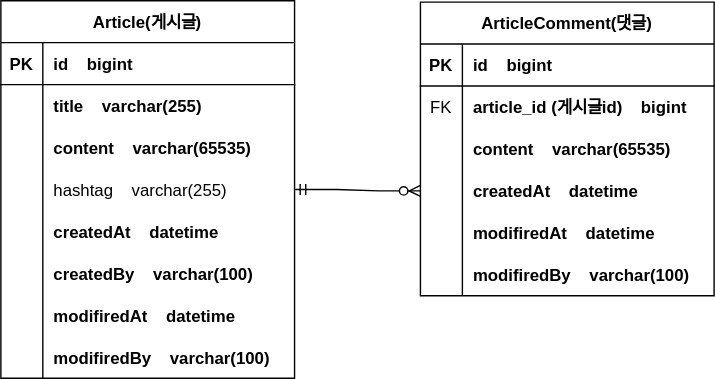
The draw.io diagram document/board_erd.drawio.svg in MJ0501/board, before a commit. Source tidied: cells renumbered, new cells last; positions are measured from the earlier drawing's top-left corner, leaving out a move shared by most shapes. The source it was exported from:
```xml
<mxGraphModel>
  <root>
    <mxCell id="0" />
    <mxCell id="1" parent="0" />
    <mxCell id="2" value="Article(게시글)" style="shape=table;startSize=30;rowLines=0;fontStyle=1;align=center;" parent="1" vertex="1">
      <mxGeometry width="210" height="270" as="geometry" />
    </mxCell>
    <mxCell id="3" style="shape=partialRectangle;fillColor=none;top=0;left=0;right=0;bottom=1;" parent="2" vertex="1">
      <mxGeometry y="30" width="210" height="30" as="geometry" />
    </mxCell>
    <mxCell id="4" value="PK" style="shape=partialRectangle;overflow=hidden;fillColor=none;top=0;left=0;bottom=0;right=0;fontStyle=1;" parent="3" vertex="1">
      <mxGeometry width="30" height="30" as="geometry" />
    </mxCell>
    <mxCell id="5" value="id    bigint" style="shape=partialRectangle;overflow=hidden;fillColor=none;top=0;left=0;bottom=0;right=0;align=left;spacingLeft=6;fontStyle=1;" parent="3" vertex="1">
      <mxGeometry x="30" width="180" height="30" as="geometry" />
    </mxCell>
    <mxCell id="6" style="shape=partialRectangle;fillColor=none;top=0;left=0;right=0;bottom=0;" parent="2" vertex="1">
      <mxGeometry y="60" width="210" height="30" as="geometry" />
    </mxCell>
    <mxCell id="7" style="shape=partialRectangle;overflow=hidden;fillColor=none;top=0;left=0;bottom=0;right=0;" parent="6" vertex="1">
      <mxGeometry width="30" height="30" as="geometry" />
    </mxCell>
    <mxCell id="8" value="title    varchar(255)" style="shape=partialRectangle;overflow=hidden;fillColor=none;top=0;left=0;bottom=0;right=0;align=left;spacingLeft=6;fontStyle=1;" parent="6" vertex="1">
      <mxGeometry x="30" width="180" height="30" as="geometry" />
    </mxCell>
    <mxCell id="9" style="shape=partialRectangle;fillColor=none;top=0;left=0;right=0;bottom=0;" parent="2" vertex="1">
      <mxGeometry y="90" width="210" height="30" as="geometry" />
    </mxCell>
    <mxCell id="10" style="shape=partialRectangle;overflow=hidden;fillColor=none;top=0;left=0;bottom=0;right=0;" parent="9" vertex="1">
      <mxGeometry width="30" height="30" as="geometry" />
    </mxCell>
    <mxCell id="11" value="content    varchar(65535)" style="shape=partialRectangle;overflow=hidden;fillColor=none;top=0;left=0;bottom=0;right=0;align=left;spacingLeft=6;fontStyle=1;" parent="9" vertex="1">
      <mxGeometry x="30" width="180" height="30" as="geometry" />
    </mxCell>
    <mxCell id="12" style="shape=partialRectangle;fillColor=none;points=[[0,0.5],[1,0.5]];portConstraint=eastwest;top=0;left=0;right=0;bottom=0;" parent="2" vertex="1">
      <mxGeometry y="120" width="210" height="30" as="geometry" />
    </mxCell>
    <mxCell id="13" style="shape=partialRectangle;overflow=hidden;fillColor=none;top=0;left=0;bottom=0;right=0;" parent="12" vertex="1">
      <mxGeometry width="30" height="30" as="geometry" />
    </mxCell>
    <mxCell id="14" value="hashtag    varchar(255)" style="shape=partialRectangle;overflow=hidden;fillColor=none;top=0;left=0;bottom=0;right=0;align=left;spacingLeft=6;" parent="12" vertex="1">
      <mxGeometry x="30" width="180" height="30" as="geometry" />
    </mxCell>
    <mxCell id="15" style="shape=partialRectangle;fillColor=none;top=0;left=0;right=0;bottom=0;" parent="2" vertex="1">
      <mxGeometry y="150" width="210" height="30" as="geometry" />
    </mxCell>
    <mxCell id="16" style="shape=partialRectangle;overflow=hidden;fillColor=none;top=0;left=0;bottom=0;right=0;" parent="15" vertex="1">
      <mxGeometry width="30" height="30" as="geometry" />
    </mxCell>
    <mxCell id="17" value="createdAt    datetime" style="shape=partialRectangle;overflow=hidden;fillColor=none;top=0;left=0;bottom=0;right=0;align=left;spacingLeft=6;fontStyle=1;" parent="15" vertex="1">
      <mxGeometry x="30" width="180" height="30" as="geometry" />
    </mxCell>
    <mxCell id="18" style="shape=partialRectangle;fillColor=none;top=0;left=0;right=0;bottom=0;" parent="2" vertex="1">
      <mxGeometry y="180" width="210" height="30" as="geometry" />
    </mxCell>
    <mxCell id="19" style="shape=partialRectangle;overflow=hidden;fillColor=none;top=0;left=0;bottom=0;right=0;" parent="18" vertex="1">
      <mxGeometry width="30" height="30" as="geometry" />
    </mxCell>
    <mxCell id="20" value="createdBy    varchar(100)" style="shape=partialRectangle;overflow=hidden;fillColor=none;top=0;left=0;bottom=0;right=0;align=left;spacingLeft=6;fontStyle=1;" parent="18" vertex="1">
      <mxGeometry x="30" width="180" height="30" as="geometry" />
    </mxCell>
    <mxCell id="21" style="shape=partialRectangle;fillColor=none;top=0;left=0;right=0;bottom=0;" parent="2" vertex="1">
      <mxGeometry y="210" width="210" height="30" as="geometry" />
    </mxCell>
    <mxCell id="22" style="shape=partialRectangle;overflow=hidden;fillColor=none;top=0;left=0;bottom=0;right=0;" parent="21" vertex="1">
      <mxGeometry width="30" height="30" as="geometry" />
    </mxCell>
    <mxCell id="23" value="modifiredAt    datetime" style="shape=partialRectangle;overflow=hidden;fillColor=none;top=0;left=0;bottom=0;right=0;align=left;spacingLeft=6;fontStyle=1;" parent="21" vertex="1">
      <mxGeometry x="30" width="180" height="30" as="geometry" />
    </mxCell>
    <mxCell id="24" style="shape=partialRectangle;fillColor=none;top=0;left=0;right=0;bottom=0;" parent="2" vertex="1">
      <mxGeometry y="240" width="210" height="30" as="geometry" />
    </mxCell>
    <mxCell id="25" style="shape=partialRectangle;overflow=hidden;fillColor=none;top=0;left=0;bottom=0;right=0;" parent="24" vertex="1">
      <mxGeometry width="30" height="30" as="geometry" />
    </mxCell>
    <mxCell id="26" value="modifiredBy    varchar(100)" style="shape=partialRectangle;overflow=hidden;fillColor=none;top=0;left=0;bottom=0;right=0;align=left;spacingLeft=6;fontStyle=1;" parent="24" vertex="1">
      <mxGeometry x="30" width="180" height="30" as="geometry" />
    </mxCell>
    <mxCell id="27" value="ArticleComment(댓글)" style="shape=table;startSize=30;rowLines=0;fontStyle=1;align=center;" parent="1" vertex="1">
      <mxGeometry x="300" y="1" width="210" height="210" as="geometry" />
    </mxCell>
    <mxCell id="28" style="shape=partialRectangle;fillColor=none;top=0;left=0;right=0;bottom=1;" parent="27" vertex="1">
      <mxGeometry y="30" width="210" height="30" as="geometry" />
    </mxCell>
    <mxCell id="29" value="PK" style="shape=partialRectangle;overflow=hidden;fillColor=none;top=0;left=0;bottom=0;right=0;fontStyle=1;" parent="28" vertex="1">
      <mxGeometry width="30" height="30" as="geometry" />
    </mxCell>
    <mxCell id="30" value="id    bigint" style="shape=partialRectangle;overflow=hidden;fillColor=none;top=0;left=0;bottom=0;right=0;align=left;spacingLeft=6;fontStyle=1;" parent="28" vertex="1">
      <mxGeometry x="30" width="180" height="30" as="geometry" />
    </mxCell>
    <mxCell id="31" style="shape=partialRectangle;fillColor=none;top=0;left=0;right=0;bottom=0;" parent="27" vertex="1">
      <mxGeometry y="60" width="210" height="30" as="geometry" />
    </mxCell>
    <mxCell id="32" value="FK" style="shape=partialRectangle;overflow=hidden;fillColor=none;top=0;left=0;bottom=0;right=0;" parent="31" vertex="1">
      <mxGeometry width="30" height="30" as="geometry" />
    </mxCell>
    <mxCell id="33" value="article_id (게시글id)    bigint" style="shape=partialRectangle;overflow=hidden;fillColor=none;top=0;left=0;bottom=0;right=0;align=left;spacingLeft=6;fontStyle=1;" parent="31" vertex="1">
      <mxGeometry x="30" width="180" height="30" as="geometry" />
    </mxCell>
    <mxCell id="34" style="shape=partialRectangle;fillColor=none;top=0;left=0;right=0;bottom=0;" parent="27" vertex="1">
      <mxGeometry y="90" width="210" height="30" as="geometry" />
    </mxCell>
    <mxCell id="35" style="shape=partialRectangle;overflow=hidden;fillColor=none;top=0;left=0;bottom=0;right=0;" parent="34" vertex="1">
      <mxGeometry width="30" height="30" as="geometry" />
    </mxCell>
    <mxCell id="36" value="content    varchar(65535)" style="shape=partialRectangle;overflow=hidden;fillColor=none;top=0;left=0;bottom=0;right=0;align=left;spacingLeft=6;fontStyle=1;" parent="34" vertex="1">
      <mxGeometry x="30" width="180" height="30" as="geometry" />
    </mxCell>
    <mxCell id="37" style="shape=partialRectangle;fillColor=none;points=[[0,0.5],[1,0.5]];portConstraint=eastwest;top=0;left=0;right=0;bottom=0;" parent="27" vertex="1">
      <mxGeometry y="120" width="210" height="30" as="geometry" />
    </mxCell>
    <mxCell id="38" style="shape=partialRectangle;overflow=hidden;fillColor=none;top=0;left=0;bottom=0;right=0;" parent="37" vertex="1">
      <mxGeometry width="30" height="30" as="geometry" />
    </mxCell>
    <mxCell id="39" value="createdAt    datetime" style="shape=partialRectangle;overflow=hidden;fillColor=none;top=0;left=0;bottom=0;right=0;align=left;spacingLeft=6;fontStyle=1;" parent="37" vertex="1">
      <mxGeometry x="30" width="180" height="30" as="geometry" />
    </mxCell>
    <mxCell id="40" style="shape=partialRectangle;fillColor=none;top=0;left=0;right=0;bottom=0;" parent="27" vertex="1">
      <mxGeometry y="150" width="210" height="30" as="geometry" />
    </mxCell>
    <mxCell id="41" style="shape=partialRectangle;overflow=hidden;fillColor=none;top=0;left=0;bottom=0;right=0;" parent="40" vertex="1">
      <mxGeometry width="30" height="30" as="geometry" />
    </mxCell>
    <mxCell id="42" value="modifiredAt    datetime" style="shape=partialRectangle;overflow=hidden;fillColor=none;top=0;left=0;bottom=0;right=0;align=left;spacingLeft=6;fontStyle=1;" parent="40" vertex="1">
      <mxGeometry x="30" width="180" height="30" as="geometry" />
    </mxCell>
    <mxCell id="43" style="shape=partialRectangle;fillColor=none;top=0;left=0;right=0;bottom=0;" parent="27" vertex="1">
      <mxGeometry y="180" width="210" height="30" as="geometry" />
    </mxCell>
    <mxCell id="44" style="shape=partialRectangle;overflow=hidden;fillColor=none;top=0;left=0;bottom=0;right=0;" parent="43" vertex="1">
      <mxGeometry width="30" height="30" as="geometry" />
    </mxCell>
    <mxCell id="45" value="modifiredBy    varchar(100)" style="shape=partialRectangle;overflow=hidden;fillColor=none;top=0;left=0;bottom=0;right=0;align=left;spacingLeft=6;fontStyle=1;" parent="43" vertex="1">
      <mxGeometry x="30" width="180" height="30" as="geometry" />
    </mxCell>
    <mxCell id="46" style="edgeStyle=entityRelationEdgeStyle;fontSize=12;html=1;endArrow=ERzeroToMany;startArrow=ERmandOne;rounded=0;entryX=0;entryY=0.5;entryDx=0;entryDy=0;" parent="1" edge="1" source="12" target="37">
      <mxGeometry relative="1" as="geometry" />
    </mxCell>
  </root>
</mxGraphModel>
```
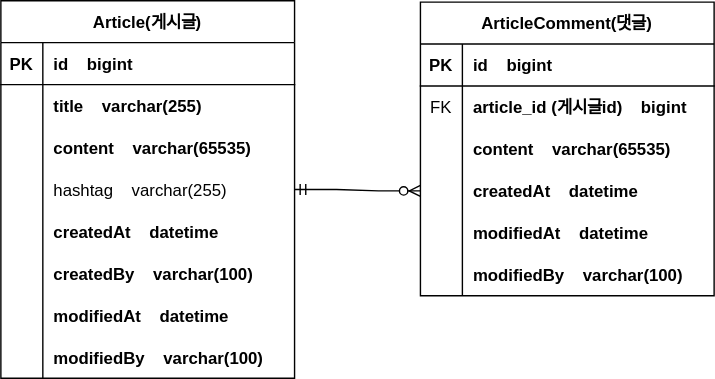
The same file after the commit.

Commit message:
board_erd.drawio.svg이 추가되었습니다.

What changed in the source:
```diff
@@ -65,7 +65,7 @@
     <mxCell id="22" style="shape=partialRectangle;overflow=hidden;fillColor=none;top=0;left=0;bottom=0;right=0;" parent="21" vertex="1">
       <mxGeometry width="30" height="30" as="geometry" />
     </mxCell>
-    <mxCell id="23" value="modifiredAt    datetime" style="shape=partialRectangle;overflow=hidden;fillColor=none;top=0;left=0;bottom=0;right=0;align=left;spacingLeft=6;fontStyle=1;" parent="21" vertex="1">
+    <mxCell id="23" value="modifiedAt    datetime" style="shape=partialRectangle;overflow=hidden;fillColor=none;top=0;left=0;bottom=0;right=0;align=left;spacingLeft=6;fontStyle=1;" parent="21" vertex="1">
       <mxGeometry x="30" width="180" height="30" as="geometry" />
     </mxCell>
     <mxCell id="24" style="shape=partialRectangle;fillColor=none;top=0;left=0;right=0;bottom=0;" parent="2" vertex="1">
@@ -74,7 +74,7 @@
     <mxCell id="25" style="shape=partialRectangle;overflow=hidden;fillColor=none;top=0;left=0;bottom=0;right=0;" parent="24" vertex="1">
       <mxGeometry width="30" height="30" as="geometry" />
     </mxCell>
-    <mxCell id="26" value="modifiredBy    varchar(100)" style="shape=partialRectangle;overflow=hidden;fillColor=none;top=0;left=0;bottom=0;right=0;align=left;spacingLeft=6;fontStyle=1;" parent="24" vertex="1">
+    <mxCell id="26" value="modifiedBy    varchar(100)" style="shape=partialRectangle;overflow=hidden;fillColor=none;top=0;left=0;bottom=0;right=0;align=left;spacingLeft=6;fontStyle=1;" parent="24" vertex="1">
       <mxGeometry x="30" width="180" height="30" as="geometry" />
     </mxCell>
     <mxCell id="27" value="ArticleComment(댓글)" style="shape=table;startSize=30;rowLines=0;fontStyle=1;align=center;" parent="1" vertex="1">
@@ -122,7 +122,7 @@
     <mxCell id="41" style="shape=partialRectangle;overflow=hidden;fillColor=none;top=0;left=0;bottom=0;right=0;" parent="40" vertex="1">
       <mxGeometry width="30" height="30" as="geometry" />
     </mxCell>
-    <mxCell id="42" value="modifiredAt    datetime" style="shape=partialRectangle;overflow=hidden;fillColor=none;top=0;left=0;bottom=0;right=0;align=left;spacingLeft=6;fontStyle=1;" parent="40" vertex="1">
+    <mxCell id="42" value="modifiedAt    datetime" style="shape=partialRectangle;overflow=hidden;fillColor=none;top=0;left=0;bottom=0;right=0;align=left;spacingLeft=6;fontStyle=1;" parent="40" vertex="1">
       <mxGeometry x="30" width="180" height="30" as="geometry" />
     </mxCell>
     <mxCell id="43" style="shape=partialRectangle;fillColor=none;top=0;left=0;right=0;bottom=0;" parent="27" vertex="1">
@@ -131,7 +131,7 @@
     <mxCell id="44" style="shape=partialRectangle;overflow=hidden;fillColor=none;top=0;left=0;bottom=0;right=0;" parent="43" vertex="1">
       <mxGeometry width="30" height="30" as="geometry" />
     </mxCell>
-    <mxCell id="45" value="modifiredBy    varchar(100)" style="shape=partialRectangle;overflow=hidden;fillColor=none;top=0;left=0;bottom=0;right=0;align=left;spacingLeft=6;fontStyle=1;" parent="43" vertex="1">
+    <mxCell id="45" value="modifiedBy    varchar(100)" style="shape=partialRectangle;overflow=hidden;fillColor=none;top=0;left=0;bottom=0;right=0;align=left;spacingLeft=6;fontStyle=1;" parent="43" vertex="1">
       <mxGeometry x="30" width="180" height="30" as="geometry" />
     </mxCell>
     <mxCell id="46" style="edgeStyle=entityRelationEdgeStyle;fontSize=12;html=1;endArrow=ERzeroToMany;startArrow=ERmandOne;rounded=0;entryX=0;entryY=0.5;entryDx=0;entryDy=0;" parent="1" edge="1" source="12" target="37">
```
